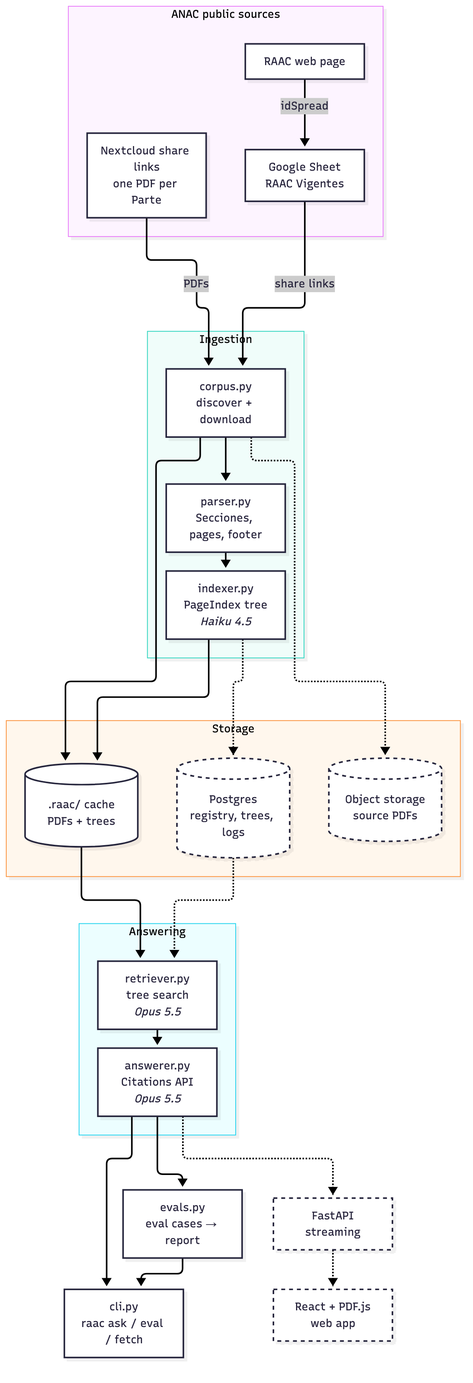
Guernik/raac-rag keeps this Mermaid diagram as docs/diagrams/architecture.png. Above is the earlier version. Its source is kept beside it as docs/diagrams/architecture.mmd.
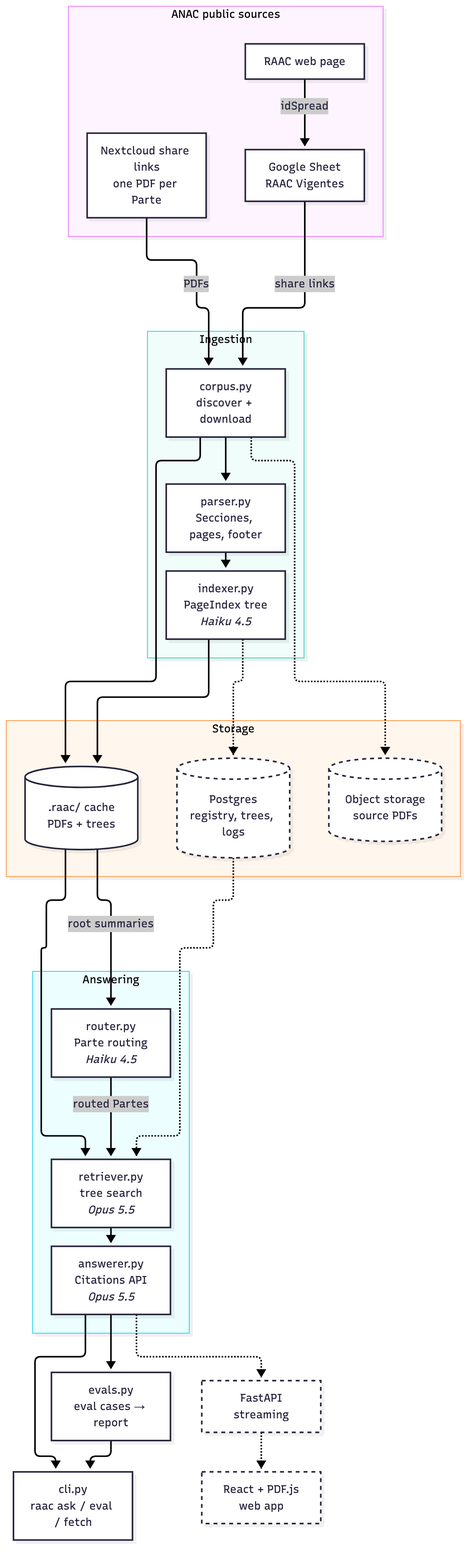
Later version of the same file.

The edit, as a diff of the source:
```diff
@@ -18,6 +18,7 @@
     end
 
     subgraph answer["Answering"]
+        router["router.py<br/>Parte routing<br/><i>Haiku 4.5</i>"]
         retriever["retriever.py<br/>tree search<br/><i>Opus 5.5</i>"]
         answerer["answerer.py<br/>Citations API<br/><i>Opus 5.5</i>"]
     end
@@ -37,6 +38,8 @@
     corpus -.-> pdfs
     indexer -.-> pg
     cache --> retriever
+    cache -- root summaries --> router
+    router -- routed Partes --> retriever
     pg -.-> retriever
     retriever --> answerer
     answerer --> cli
```
